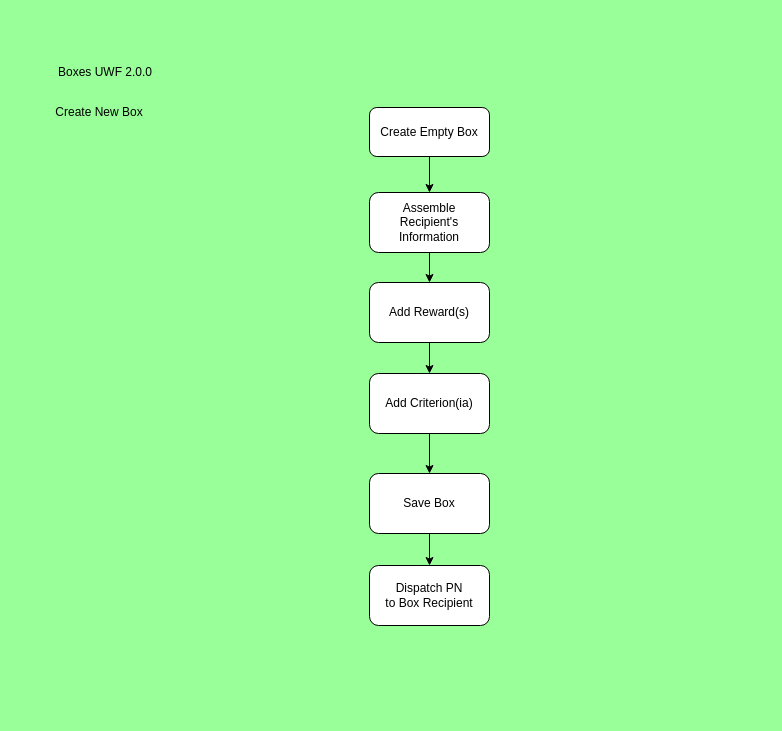
sjlearmonth/boxes keeps this draw.io diagram as page "Page-4" (4 of 6) of Design/Boxes UWF 2.0.0.drawio. Above is the earlier version. Source tidied: cells renumbered, new cells numbered last; positions are measured from the earlier drawing's top-left corner, leaving out a move shared by most shapes. Both pictures are drawn from the tidied source at 100%, with x=0, y=0 at pixel (39, 57).
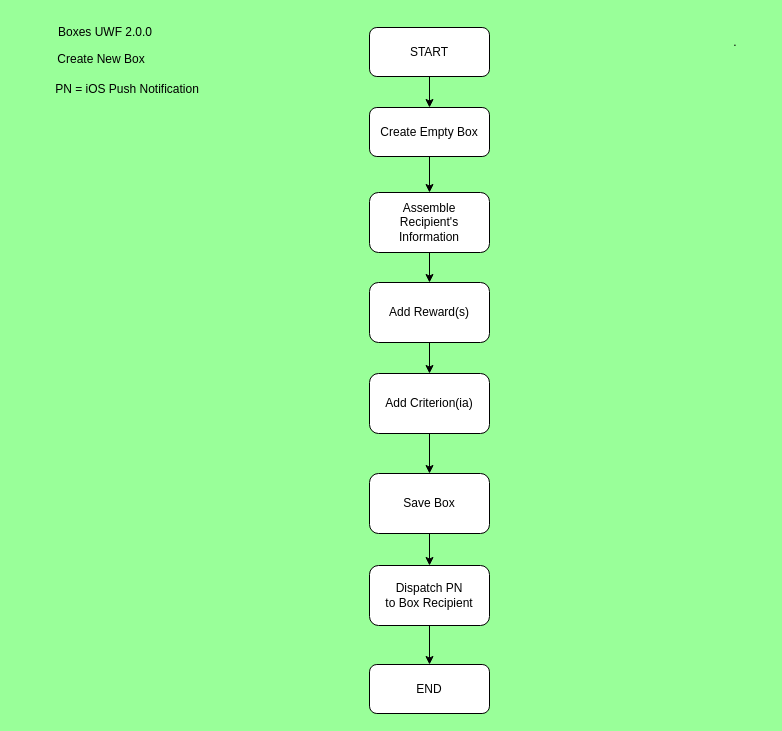
Above is the later version.

The change refers to these unchanged cells:
```xml
<mxCell id="9" value="Dispatch PN &lt;br&gt;to Box Recipient" style="rounded=1;whiteSpace=wrap;html=1;" parent="1" vertex="1">
  <mxGeometry x="330" y="508" width="120" height="60" as="geometry" />
</mxCell>
<mxCell id="13" value="Create Empty Box" style="rounded=1;whiteSpace=wrap;html=1;" parent="1" vertex="1">
  <mxGeometry x="330" y="50" width="120" height="49" as="geometry" />
</mxCell>
```

What changed in the source:
```diff
@@
     <mxCell id="2" value="Create New Box" style="text;html=1;strokeColor=none;fillColor=none;align=center;verticalAlign=middle;whiteSpace=wrap;rounded=0;" parent="1" vertex="1">
-      <mxGeometry y="40" width="120" height="30" as="geometry" />
+      <mxGeometry x="2" y="-13" width="120" height="30" as="geometry" />
     </mxCell>
@@
+    <mxCell id="15" style="edgeStyle=orthogonalEdgeStyle;rounded=0;jettySize=auto;html=1;entryX=0.5;entryY=0;entryDx=0;entryDy=0;" parent="1" edge="1" source="9" target="18">
+      <mxGeometry relative="1" as="geometry" />
+    </mxCell>
@@
     <mxCell id="14" value="Boxes UWF 2.0.0" style="text;html=1;strokeColor=none;fillColor=none;align=center;verticalAlign=middle;whiteSpace=wrap;rounded=0;" parent="1" vertex="1">
-      <mxGeometry x="16" width="100" height="30" as="geometry" />
+      <mxGeometry x="16" y="-40" width="100" height="30" as="geometry" />
     </mxCell>
+    <mxCell id="16" style="edgeStyle=orthogonalEdgeStyle;rounded=0;jettySize=auto;html=1;entryX=0.5;entryY=0;entryDx=0;entryDy=0;" parent="1" edge="1" source="17" target="13">
+      <mxGeometry relative="1" as="geometry" />
+    </mxCell>
+    <mxCell id="17" value="START" style="rounded=1;whiteSpace=wrap;html=1;" parent="1" vertex="1">
+      <mxGeometry x="330" y="-30" width="120" height="49" as="geometry" />
+    </mxCell>
+    <mxCell id="18" value="END" style="rounded=1;whiteSpace=wrap;html=1;" parent="1" vertex="1">
+      <mxGeometry x="330" y="607" width="120" height="49" as="geometry" />
+    </mxCell>
+    <mxCell id="19" value="PN = iOS Push Notification" style="text;html=1;strokeColor=none;fillColor=none;align=center;verticalAlign=middle;whiteSpace=wrap;rounded=0;" parent="1" vertex="1">
+      <mxGeometry x="-22" y="17" width="220" height="30" as="geometry" />
+    </mxCell>
+    <mxCell id="20" value="." style="text;html=1;strokeColor=none;fillColor=none;align=center;verticalAlign=middle;whiteSpace=wrap;rounded=0;" parent="1" vertex="1">
+      <mxGeometry x="666" y="-30" width="60" height="30" as="geometry" />
+    </mxCell>
```
